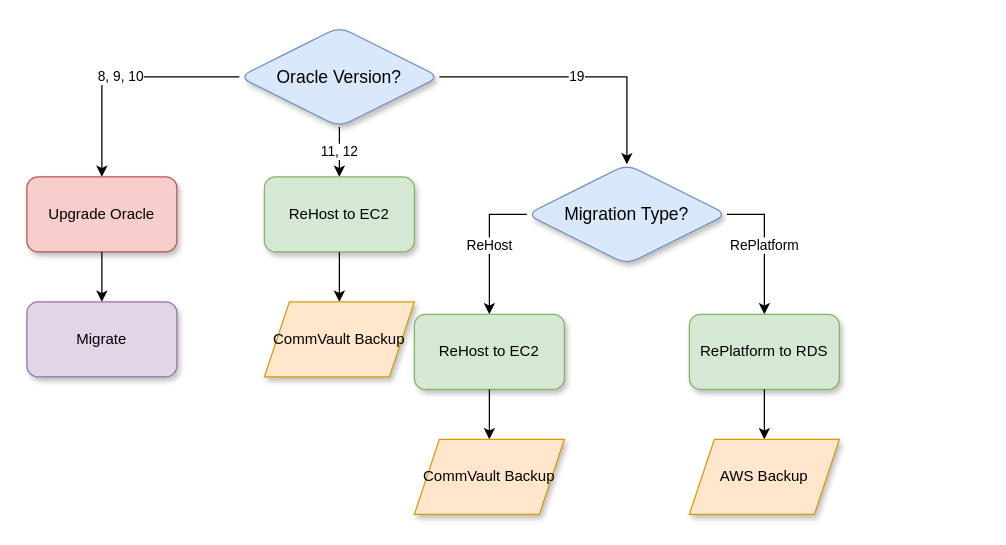
Earlier version of the draw.io diagram decisiontree.drawio (anthonygea/mycv). Source tidied: cells renumbered, new cells numbered last; positions are measured from the earlier drawing's top-left corner, leaving out a move shared by most shapes. Both pictures are drawn from the tidied source at 125%, with x=0, y=0 at pixel (26, 26).
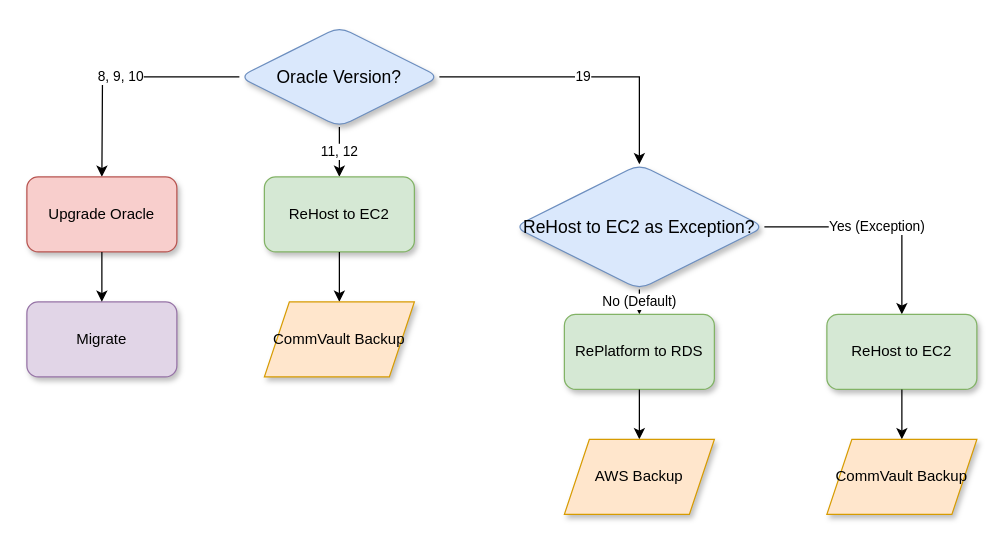
Above is the later version.

Unchanged cells that the change refers to:
```xml
<mxCell id="2" value="Oracle Version?" style="rhombus;whiteSpace=wrap;html=1;rounded=1;shadow=1;fontFamily=Helvetica;fontSize=14;fillColor=#dae8fc;strokeColor=#6c8ebf;" parent="1" vertex="1">
  <mxGeometry x="170" width="160" height="80" as="geometry" />
</mxCell>
<mxCell id="4" value="Upgrade Oracle" style="rounded=1;whiteSpace=wrap;html=1;shadow=1;fontFamily=Helvetica;fontSize=12;fillColor=#f8cecc;strokeColor=#b85450;" parent="1" vertex="1">
  <mxGeometry y="120" width="120" height="60" as="geometry" />
</mxCell>
```

The edit, as a diff of the source:
```diff
@@
-    <mxCell id="3" value="8, 9, 10" style="edgeStyle=orthogonalEdgeStyle;rounded=0;jettySize=auto;html=1;exitX=0;exitY=0.5;exitDx=0;exitDy=0;entryX=0.5;entryY=0;entryDx=0;entryDy=0;" parent="1" edge="1" source="2" target="4">
-      <mxGeometry relative="1" as="geometry" />
+    <mxCell id="3" value="8, 9, 10" style="edgeStyle=orthogonalEdgeStyle;rounded=0;jettySize=auto;html=1;exitX=0;exitY=0.5;exitDx=0;exitDy=0;entryX=0.5;entryY=0;entryDx=0;entryDy=0;" parent="1" edge="1" source="2">
+      <mxGeometry relative="1" as="geometry">
+        <mxPoint x="60" y="120" as="targetPoint" />
+      </mxGeometry>
     </mxCell>
@@
-    <mxCell id="12" value="Migration Type?" style="rhombus;whiteSpace=wrap;html=1;rounded=1;shadow=1;fontFamily=Helvetica;fontSize=14;fillColor=#dae8fc;strokeColor=#6c8ebf;" parent="1" vertex="1">
-      <mxGeometry x="400" y="110" width="160" height="80" as="geometry" />
+    <mxCell id="12" value="ReHost to EC2 as Exception?" style="rhombus;whiteSpace=wrap;html=1;rounded=1;shadow=1;fontFamily=Helvetica;fontSize=14;fillColor=#dae8fc;strokeColor=#6c8ebf;" parent="1" vertex="1">
+      <mxGeometry x="390" y="110" width="200" height="100" as="geometry" />
     </mxCell>
-    <mxCell id="13" value="ReHost" style="edgeStyle=orthogonalEdgeStyle;rounded=0;jettySize=auto;html=1;exitX=0;exitY=0.5;exitDx=0;exitDy=0;entryX=0.5;entryY=0;entryDx=0;entryDy=0;" parent="1" edge="1" source="12" target="14">
+    <mxCell id="13" value="Yes (Exception)" style="edgeStyle=orthogonalEdgeStyle;rounded=0;jettySize=auto;html=1;exitX=1;exitY=0.5;exitDx=0;exitDy=0;entryX=0.5;entryY=0;entryDx=0;entryDy=0;" parent="1" edge="1" source="12" target="14">
       <mxGeometry relative="1" as="geometry" />
     </mxCell>
     <mxCell id="14" value="ReHost to EC2" style="rounded=1;whiteSpace=wrap;html=1;shadow=1;fontFamily=Helvetica;fontSize=12;fillColor=#d5e8d4;strokeColor=#82b366;" parent="1" vertex="1">
-      <mxGeometry x="310" y="230" width="120" height="60" as="geometry" />
+      <mxGeometry x="640" y="230" width="120" height="60" as="geometry" />
     </mxCell>
@@
     <mxCell id="16" value="CommVault Backup" style="shape=parallelogram;perimeter=parallelogramPerimeter;whiteSpace=wrap;html=1;fixedSize=1;shadow=1;fontFamily=Helvetica;fontSize=12;fillColor=#ffe6cc;strokeColor=#d79b00;" parent="1" vertex="1">
-      <mxGeometry x="310" y="330" width="120" height="60" as="geometry" />
+      <mxGeometry x="640" y="330" width="120" height="60" as="geometry" />
     </mxCell>
-    <mxCell id="17" value="RePlatform" style="edgeStyle=orthogonalEdgeStyle;rounded=0;jettySize=auto;html=1;exitX=1;exitY=0.5;exitDx=0;exitDy=0;entryX=0.5;entryY=0;entryDx=0;entryDy=0;" parent="1" edge="1" source="12" target="18">
-      <mxGeometry relative="1" as="geometry" />
+    <mxCell id="17" value="No (Default)" style="edgeStyle=orthogonalEdgeStyle;rounded=0;jettySize=auto;html=1;exitX=0.5;exitY=1;exitDx=0;exitDy=0;" parent="1" edge="1" source="12">
+      <mxGeometry relative="1" as="geometry">
+        <mxPoint x="490" y="230" as="targetPoint" />
+      </mxGeometry>
     </mxCell>
     <mxCell id="18" value="RePlatform to RDS" style="rounded=1;whiteSpace=wrap;html=1;shadow=1;fontFamily=Helvetica;fontSize=12;fillColor=#d5e8d4;strokeColor=#82b366;" parent="1" vertex="1">
-      <mxGeometry x="530" y="230" width="120" height="60" as="geometry" />
+      <mxGeometry x="430" y="230" width="120" height="60" as="geometry" />
     </mxCell>
@@
     <mxCell id="20" value="AWS Backup" style="shape=parallelogram;perimeter=parallelogramPerimeter;whiteSpace=wrap;html=1;fixedSize=1;shadow=1;fontFamily=Helvetica;fontSize=12;fillColor=#ffe6cc;strokeColor=#d79b00;" parent="1" vertex="1">
-      <mxGeometry x="530" y="330" width="120" height="60" as="geometry" />
+      <mxGeometry x="430" y="330" width="120" height="60" as="geometry" />
     </mxCell>
```
